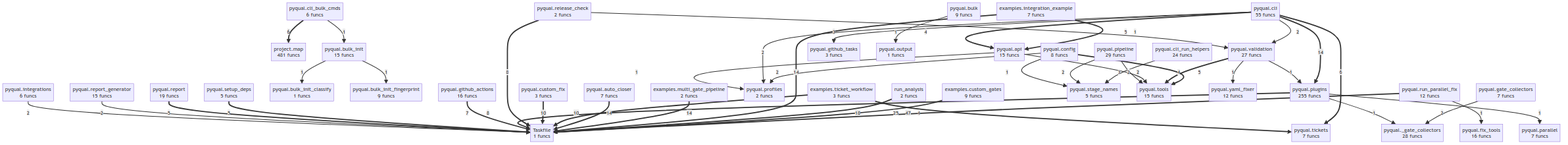
This is project/compact_flow.png from semcod/pyqual, a Mermaid export, as it was before one commit. Its source is kept beside it as project/compact_flow.mmd.
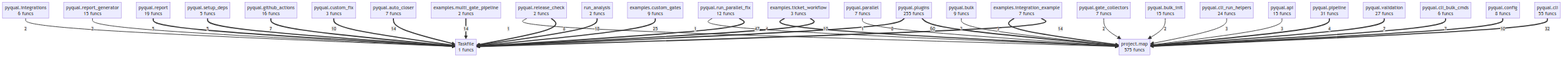
The same file after the commit.

Diff of the diagram source:
```diff
@@ -4,81 +4,57 @@
     examples__integration_example["examples.integration_example<br/>7 funcs"]
     examples__multi_gate_pipeline["examples.multi_gate_pipeline<br/>2 funcs"]
     examples__ticket_workflow["examples.ticket_workflow<br/>3 funcs"]
-    project__map["project.map<br/>481 funcs"]
-    pyqual___gate_collectors["pyqual._gate_collectors<br/>28 funcs"]
+    project__map["project.map<br/>575 funcs"]
     pyqual__api["pyqual.api<br/>15 funcs"]
     pyqual__auto_closer["pyqual.auto_closer<br/>7 funcs"]
     pyqual__bulk["pyqual.bulk<br/>9 funcs"]
     pyqual__bulk_init["pyqual.bulk_init<br/>15 funcs"]
-    pyqual__bulk_init_classify["pyqual.bulk_init_classify<br/>1 funcs"]
-    pyqual__bulk_init_fingerprint["pyqual.bulk_init_fingerprint<br/>9 funcs"]
     pyqual__cli["pyqual.cli<br/>55 funcs"]
     pyqual__cli_bulk_cmds["pyqual.cli_bulk_cmds<br/>6 funcs"]
     pyqual__cli_run_helpers["pyqual.cli_run_helpers<br/>24 funcs"]
     pyqual__config["pyqual.config<br/>8 funcs"]
     pyqual__custom_fix["pyqual.custom_fix<br/>3 funcs"]
-    pyqual__fix_tools["pyqual.fix_tools<br/>16 funcs"]
     pyqual__gate_collectors["pyqual.gate_collectors<br/>7 funcs"]
     pyqual__github_actions["pyqual.github_actions<br/>16 funcs"]
-    pyqual__github_tasks["pyqual.github_tasks<br/>3 funcs"]
     pyqual__integrations["pyqual.integrations<br/>6 funcs"]
-    pyqual__output["pyqual.output<br/>1 funcs"]
     pyqual__parallel["pyqual.parallel<br/>7 funcs"]
-    pyqual__pipeline["pyqual.pipeline<br/>29 funcs"]
+    pyqual__pipeline["pyqual.pipeline<br/>31 funcs"]
     pyqual__plugins["pyqual.plugins<br/>255 funcs"]
-    pyqual__profiles["pyqual.profiles<br/>2 funcs"]
     pyqual__release_check["pyqual.release_check<br/>2 funcs"]
     pyqual__report["pyqual.report<br/>19 funcs"]
     pyqual__report_generator["pyqual.report_generator<br/>15 funcs"]
     pyqual__run_parallel_fix["pyqual.run_parallel_fix<br/>12 funcs"]
     pyqual__setup_deps["pyqual.setup_deps<br/>5 funcs"]
-    pyqual__stage_names["pyqual.stage_names<br/>5 funcs"]
-    pyqual__tickets["pyqual.tickets<br/>7 funcs"]
-    pyqual__tools["pyqual.tools<br/>15 funcs"]
     pyqual__validation["pyqual.validation<br/>27 funcs"]
-    pyqual__yaml_fixer["pyqual.yaml_fixer<br/>12 funcs"]
     run_analysis["run_analysis<br/>2 funcs"]
+    pyqual__plugins ==>|60| project__map
     pyqual__run_parallel_fix ==>|47| Taskfile
+    pyqual__cli ==>|32| project__map
     examples__custom_gates ==>|25| Taskfile
     run_analysis ==>|18| Taskfile
     examples__integration_example ==>|14| Taskfile
     examples__multi_gate_pipeline ==>|14| Taskfile
     pyqual__auto_closer ==>|14| Taskfile
-    pyqual__cli ==>|14| pyqual__plugins
     examples__ticket_workflow ==>|10| Taskfile
     pyqual__custom_fix ==>|10| Taskfile
+    pyqual__config ==>|10| project__map
     pyqual__release_check ==>|8| Taskfile
     pyqual__plugins ==>|8| Taskfile
+    pyqual__cli_bulk_cmds ==>|7| project__map
     pyqual__github_actions ==>|7| Taskfile
-    pyqual__cli_bulk_cmds ==>|6| project__map
-    pyqual__cli ==>|6| pyqual__tickets
-    examples__integration_example ==>|5| pyqual__api
-    pyqual__config ==>|5| pyqual__tools
+    pyqual__validation ==>|7| project__map
+    examples__integration_example ==>|5| project__map
     pyqual__setup_deps ==>|5| Taskfile
     pyqual__report ==>|5| Taskfile
-    examples__ticket_workflow ==>|4| pyqual__tickets
-    pyqual__cli ==>|4| pyqual__api
-    pyqual__validation ==>|4| pyqual__tools
-    pyqual__cli_run_helpers -->|3| pyqual__stage_names
-    pyqual__cli -->|3| pyqual__github_tasks
-    pyqual__config -->|2| pyqual__profiles
+    examples__ticket_workflow ==>|4| project__map
+    pyqual__pipeline ==>|4| project__map
+    pyqual__api -->|3| project__map
+    pyqual__cli_run_helpers -->|3| project__map
     pyqual__report_generator -->|2| Taskfile
-    pyqual__api -->|2| pyqual__tools
-    pyqual__gate_collectors -->|2| pyqual___gate_collectors
-    pyqual__cli -->|2| pyqual__profiles
-    pyqual__cli -->|2| pyqual__validation
+    pyqual__bulk_init -->|2| project__map
+    pyqual__gate_collectors -->|2| project__map
+    pyqual__bulk -->|2| project__map
     pyqual__integrations -->|2| Taskfile
-    pyqual__pipeline -->|2| pyqual__stage_names
-    pyqual__pipeline -->|2| pyqual__tools
-    pyqual__config -->|1| pyqual__stage_names
-    pyqual__cli_bulk_cmds -->|1| pyqual__bulk_init
-    pyqual__api -->|1| pyqual__profiles
-    pyqual__run_parallel_fix -->|1| pyqual__fix_tools
-    pyqual__release_check -->|1| pyqual__validation
-    pyqual__bulk_init -->|1| pyqual__bulk_init_classify
-    pyqual__bulk_init -->|1| pyqual__bulk_init_fingerprint
-    pyqual__plugins -->|1| pyqual__parallel
-    pyqual__plugins -->|1| pyqual___gate_collectors
-    pyqual__validation -->|1| pyqual__plugins
-    pyqual__validation -->|1| pyqual__yaml_fixer
-    pyqual__bulk -->|1| pyqual__output
+    pyqual__parallel -->|1| project__map
+    pyqual__run_parallel_fix -->|1| project__map
+    pyqual__release_check -->|1| project__map
```
